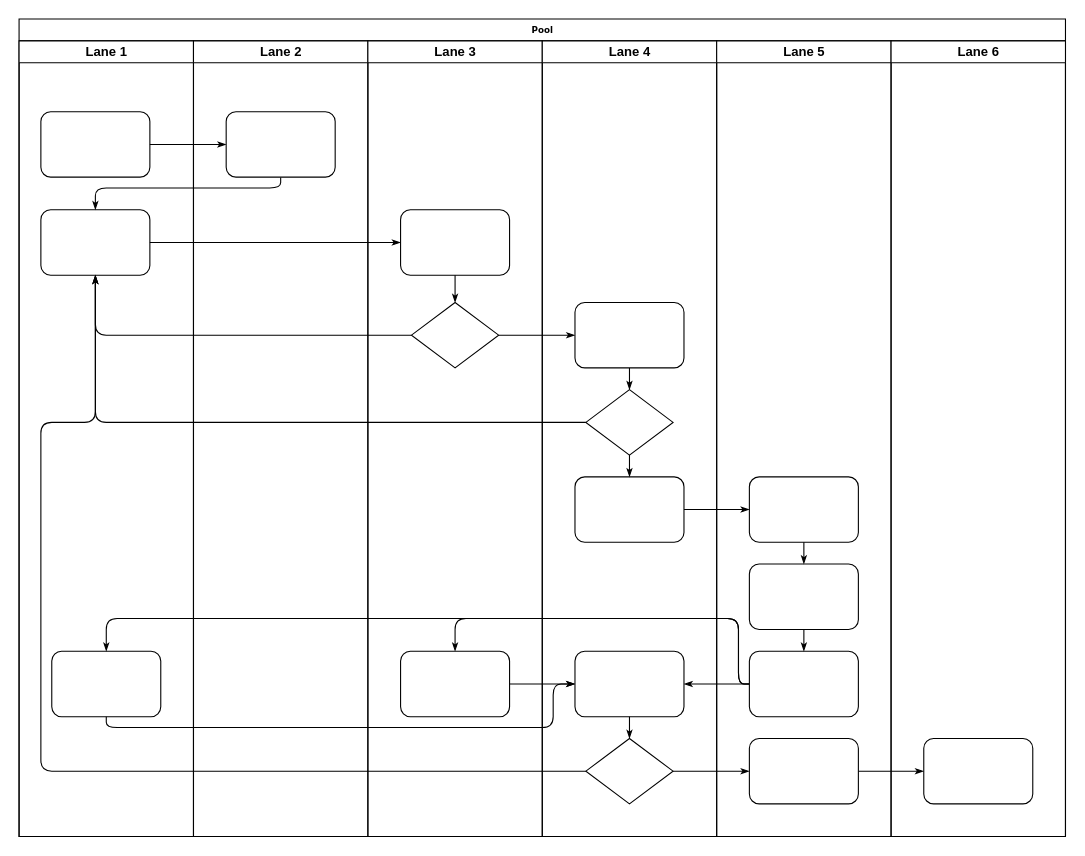
The draw.io diagram cdr2ads.drawio in brahao/draw.io, before the edit. Source tidied: cells renumbered, new cells numbered last; positions are measured from the earlier drawing's top-left corner, leaving out a move shared by most shapes. Both pictures are drawn from the tidied source at 109%, with x=0, y=0 at pixel (19, 19).
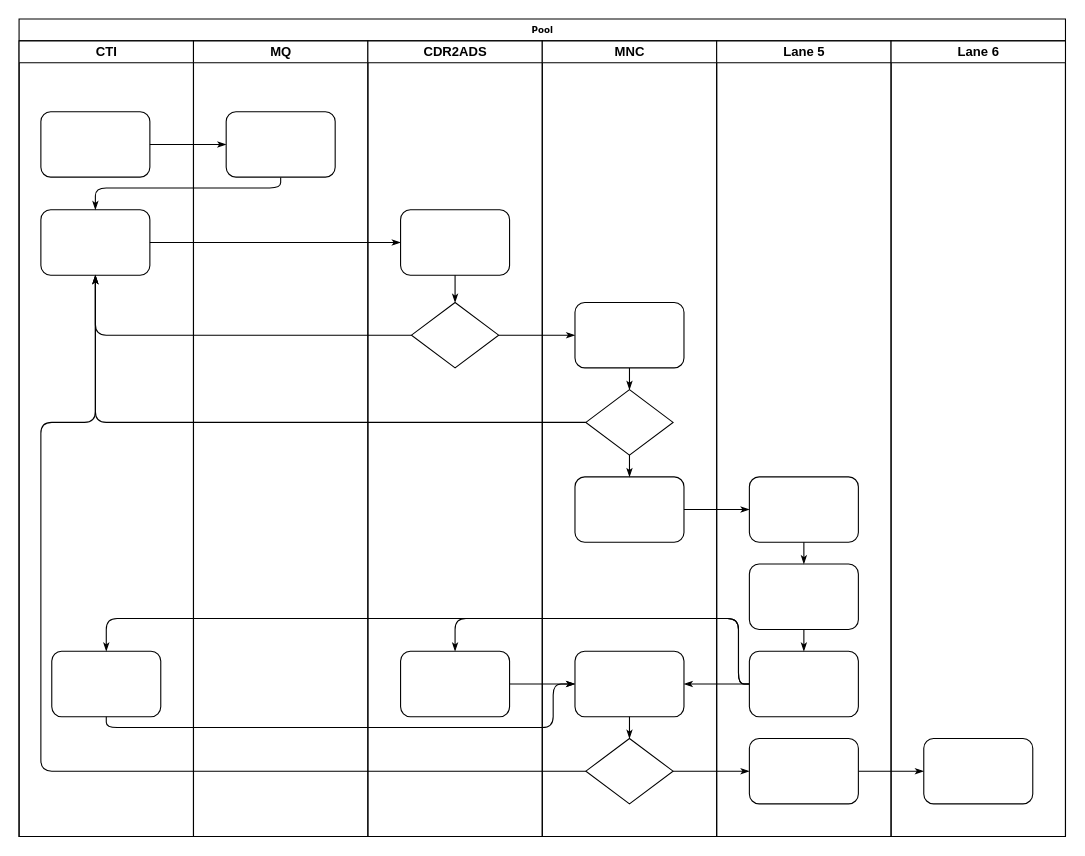
Above is the later version.

The change refers to these unchanged cells:
```xml
<mxCell id="2" value="Pool" style="swimlane;html=1;startSize=20;rounded=0;shadow=0;labelBackgroundColor=none;strokeColor=#000000;strokeWidth=1;fillColor=#ffffff;fontFamily=Verdana;fontSize=8;fontColor=#000000;align=center;" parent="1" vertex="1">
  <mxGeometry width="960" height="750" as="geometry" />
</mxCell>
```

The edit, as a diff of the source:
```diff
@@
-    <mxCell id="3" value="Lane 1" style="swimlane;html=1;startSize=20;" parent="2" vertex="1">
+    <mxCell id="3" value="CTI" style="swimlane;html=1;startSize=20;" parent="2" vertex="1">
       <mxGeometry y="20" width="160" height="730" as="geometry" />
     </mxCell>
@@
-    <mxCell id="22" value="Lane 2" style="swimlane;html=1;startSize=20;" parent="2" vertex="1">
+    <mxCell id="22" value="MQ" style="swimlane;html=1;startSize=20;" parent="2" vertex="1">
       <mxGeometry x="160" y="20" width="160" height="730" as="geometry" />
     </mxCell>
@@
-    <mxCell id="24" value="Lane 3" style="swimlane;html=1;startSize=20;" parent="2" vertex="1">
+    <mxCell id="24" value="CDR2ADS" style="swimlane;html=1;startSize=20;" parent="2" vertex="1">
       <mxGeometry x="320" y="20" width="160" height="730" as="geometry" />
     </mxCell>
@@
-    <mxCell id="29" value="Lane 4" style="swimlane;html=1;startSize=20;" parent="2" vertex="1">
+    <mxCell id="29" value="MNC" style="swimlane;html=1;startSize=20;" parent="2" vertex="1">
       <mxGeometry x="480" y="20" width="160" height="730" as="geometry" />
     </mxCell>
```
